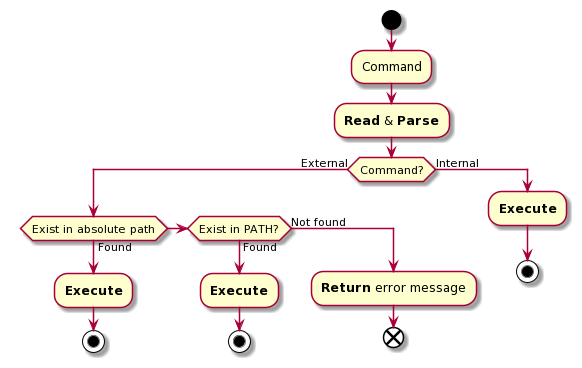
Before: doc-files/usecase_main.png, a diagram exported from PlantUML (SebastienHUGDELARAUZE/ue-os-project). The source it was exported from:
```plantuml
@startuml
start
:Command;
:**Read** & **Parse**;
if (Command?) then (External)
    if (Exist in absolute path) then (Found)
        :**Execute**;
        stop
    elseif (Exist in PATH?) then (Found)
        :**Execute**;
        stop
    else (Not found)
        :**Return** error message;
        end
    endif
else (Internal)
    :**Execute**;
    stop
endif
@enduml
```
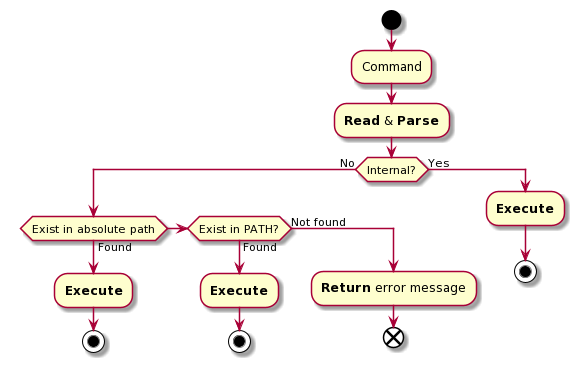
Later version of the same file.

What changed in the source:
```diff
@@ -2,7 +2,7 @@
 start
 :Command;
 :**Read** & **Parse**;
-if (Command?) then (External)
+if (Internal?) then (No)
     if (Exist in absolute path) then (Found)
         :**Execute**;
         stop
@@ -13,7 +13,7 @@
         :**Return** error message;
         end
     endif
-else (Internal)
+else (Yes)
     :**Execute**;
     stop
 endif
```
